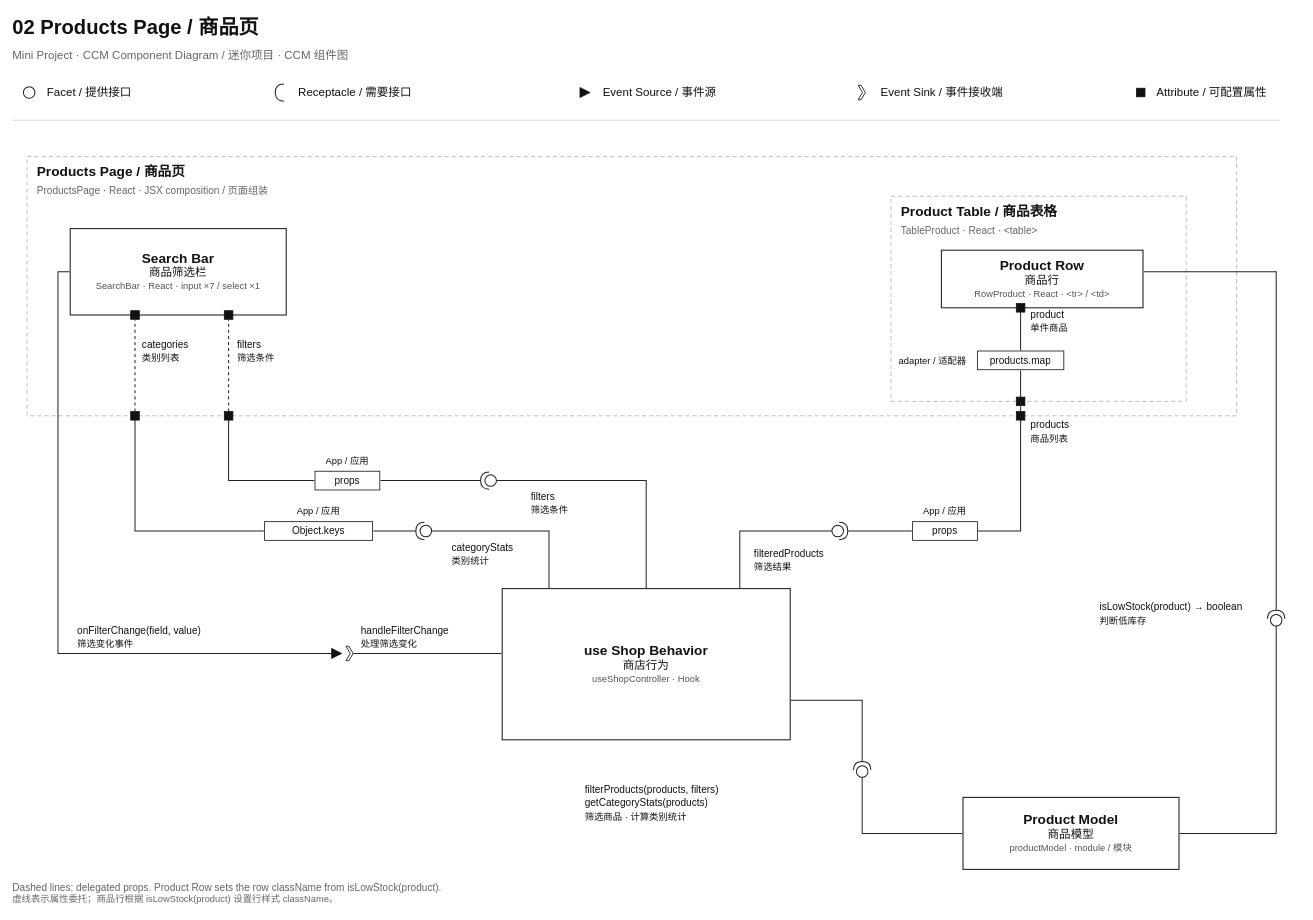
Before: page "02 ProductsPage · 商品页" (2 of 3) of developpement-front/demo/mini-project/diagrams/mini-project-components.drawio in Kant-Righteous/MIAGE-M2-IPM, a draw.io diagram. Source tidied: cells renumbered, new cells numbered last; positions are measured from the earlier drawing's top-left corner, leaving out a move shared by most shapes. Both pictures are drawn from the tidied source at 72%, with x=0, y=0 at pixel (12, 12).
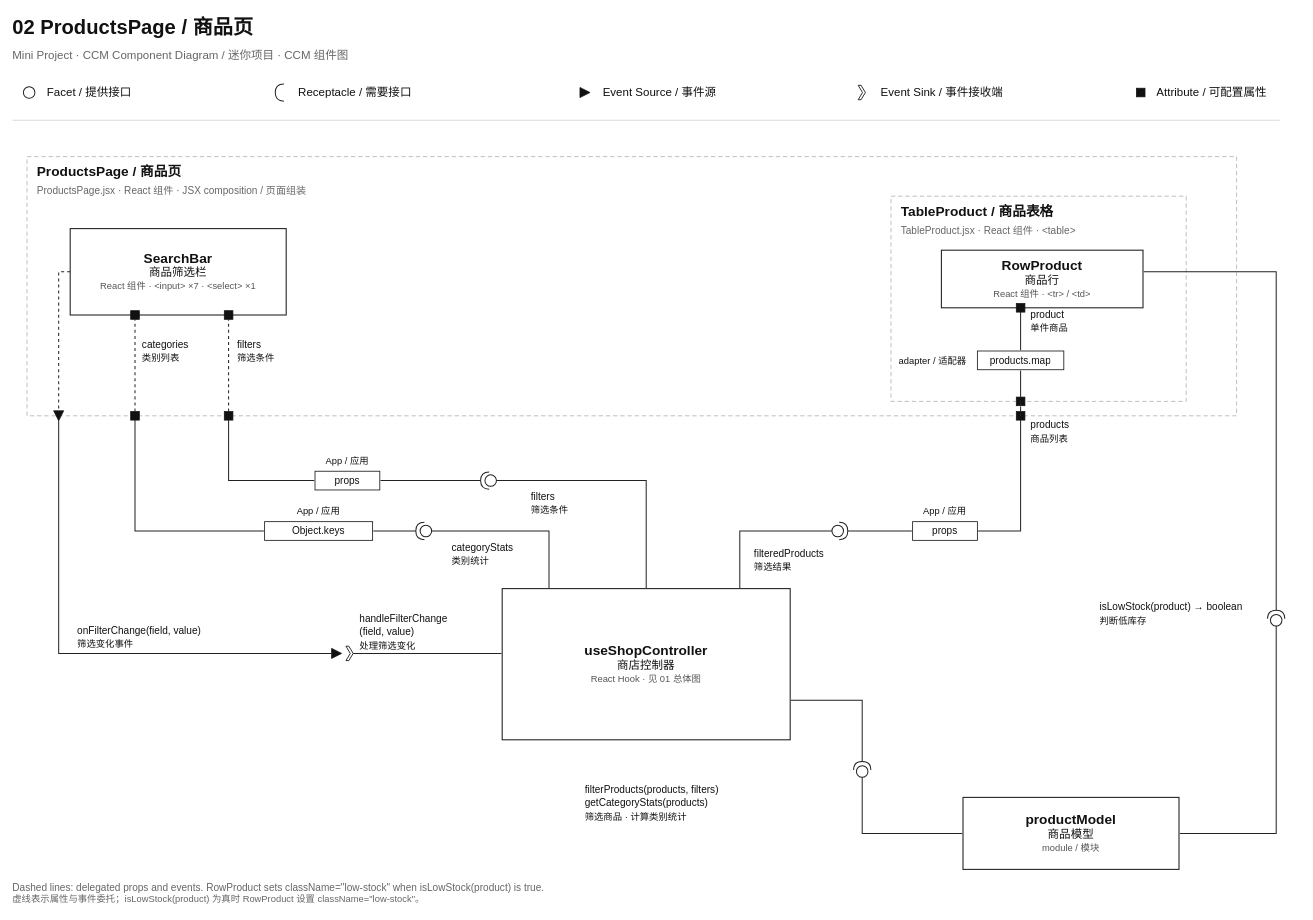
After the change.

Unchanged cells that the change refers to:
```xml
<mxCell id="15" style="html=1;fontFamily=Microsoft YaHei;fontSize=16;fontColor=#111111;rounded=0;strokeColor=#A7A7A7;strokeWidth=1;fillColor=none;dashed=1;dashPattern=6 4;" parent="1" vertex="1">
  <mxGeometry x="20" y="200" width="1680" height="360" as="geometry" />
</mxCell>
<mxCell id="19" style="html=1;fontFamily=Microsoft YaHei;fontSize=16;fontColor=#111111;rounded=0;strokeColor=#A7A7A7;strokeWidth=1;fillColor=none;dashed=1;dashPattern=6 4;" parent="15" vertex="1">
  <mxGeometry x="1200" y="55" width="410" height="285" as="geometry" />
</mxCell>
<mxCell id="81" style="html=1;fontFamily=Microsoft YaHei;fontSize=16;fontColor=#111111;shape=ellipse;fillColor=none;strokeColor=none;portConstraint=west;" parent="18" vertex="1">
  <mxGeometry width="2" height="2" relative="1" as="geometry">
    <mxPoint x="-1" y="59" as="offset" />
  </mxGeometry>
</mxCell>
<mxCell id="83" style="html=1;fontFamily=Microsoft YaHei;fontSize=16;fontColor=#111111;triangle;rotation=0;fillColor=#111111;strokeColor=#111111;portConstraint=west;" parent="18" vertex="1">
  <mxGeometry width="14" height="14" relative="1" as="geometry">
    <mxPoint x="363" y="583" as="offset" />
  </mxGeometry>
</mxCell>
```

Change to the diagram source:
```diff
@@
-    <mxCell id="2" value="02  Products Page / 商品页" style="html=1;fontFamily=Microsoft YaHei;fontSize=16;fontColor=#111111;text;strokeColor=none;fillColor=none;align=left;verticalAlign=middle;whiteSpace=wrap;overflow=hidden;spacing=0;fontSize=28;fontStyle=1;fontColor=#111111;" parent="1" vertex="1">
+    <mxCell id="2" value="02  ProductsPage / 商品页" style="html=1;fontFamily=Microsoft YaHei;fontSize=16;fontColor=#111111;text;strokeColor=none;fillColor=none;align=left;verticalAlign=middle;whiteSpace=wrap;overflow=hidden;spacing=0;fontSize=28;fontStyle=1;fontColor=#111111;" parent="1" vertex="1">
       <mxGeometry width="1760" height="40" as="geometry" />
     </mxCell>
@@
-    <mxCell id="16" value="Products Page / 商品页" style="html=1;fontFamily=Microsoft YaHei;fontSize=16;fontColor=#111111;text;strokeColor=none;fillColor=none;align=left;verticalAlign=middle;whiteSpace=wrap;overflow=hidden;spacing=0;fontSize=19;fontStyle=1;fontColor=#111111;" parent="15" vertex="1">
+    <mxCell id="16" value="ProductsPage / 商品页" style="html=1;fontFamily=Microsoft YaHei;fontSize=16;fontColor=#111111;text;strokeColor=none;fillColor=none;align=left;verticalAlign=middle;whiteSpace=wrap;overflow=hidden;spacing=0;fontSize=19;fontStyle=1;fontColor=#111111;" parent="15" vertex="1">
       <mxGeometry x="14" y="8" width="1652" height="28" as="geometry" />
     </mxCell>
-    <mxCell id="17" value="ProductsPage · React · JSX composition / 页面组装" style="html=1;fontFamily=Microsoft YaHei;fontSize=16;fontColor=#111111;text;strokeColor=none;fillColor=none;align=left;verticalAlign=middle;whiteSpace=wrap;overflow=hidden;spacing=0;fontSize=14;fontStyle=0;fontColor=#666666;" parent="15" vertex="1">
+    <mxCell id="17" value="ProductsPage.jsx · React 组件 · JSX composition / 页面组装" style="html=1;fontFamily=Microsoft YaHei;fontSize=16;fontColor=#111111;text;strokeColor=none;fillColor=none;align=left;verticalAlign=middle;whiteSpace=wrap;overflow=hidden;spacing=0;fontSize=14;fontStyle=0;fontColor=#666666;" parent="15" vertex="1">
       <mxGeometry x="14" y="37" width="1652" height="22" as="geometry" />
     </mxCell>
-    <mxCell id="18" value="&lt;div style=&quot;line-height:1.15&quot;&gt;&lt;b style=&quot;font-size:19px&quot;&gt;Search Bar&lt;/b&gt;&lt;br&gt;&lt;span style=&quot;font-size:16px&quot;&gt;商品筛选栏&lt;/span&gt;&lt;br&gt;&lt;span style=&quot;font-size:13px;color:#555555&quot;&gt;SearchBar · React · input ×7 / select ×1&lt;/span&gt;&lt;/div&gt;" style="html=1;fontFamily=Microsoft YaHei;fontSize=16;fontColor=#111111;rounded=0;strokeColor=#222222;strokeWidth=1.5;fillColor=#ffffff;align=center;verticalAlign=middle;whiteSpace=wrap;spacing=8;" parent="15" vertex="1">
+    <mxCell id="18" value="&lt;div style=&quot;line-height:1.15&quot;&gt;&lt;b style=&quot;font-size:19px&quot;&gt;SearchBar&lt;/b&gt;&lt;br&gt;&lt;span style=&quot;font-size:16px&quot;&gt;商品筛选栏&lt;/span&gt;&lt;br&gt;&lt;span style=&quot;font-size:13px;color:#555555&quot;&gt;React 组件 · &amp;lt;input&amp;gt; ×7 · &amp;lt;select&amp;gt; ×1&lt;/span&gt;&lt;/div&gt;" style="html=1;fontFamily=Microsoft YaHei;fontSize=16;fontColor=#111111;rounded=0;strokeColor=#222222;strokeWidth=1.5;fillColor=#ffffff;align=center;verticalAlign=middle;whiteSpace=wrap;spacing=8;" parent="15" vertex="1">
       <mxGeometry x="60" y="100" width="300" height="120" as="geometry" />
     </mxCell>
@@
-    <mxCell id="20" value="Product Table / 商品表格" style="html=1;fontFamily=Microsoft YaHei;fontSize=16;fontColor=#111111;text;strokeColor=none;fillColor=none;align=left;verticalAlign=middle;whiteSpace=wrap;overflow=hidden;spacing=0;fontSize=19;fontStyle=1;fontColor=#111111;" parent="19" vertex="1">
+    <mxCell id="20" value="TableProduct / 商品表格" style="html=1;fontFamily=Microsoft YaHei;fontSize=16;fontColor=#111111;text;strokeColor=none;fillColor=none;align=left;verticalAlign=middle;whiteSpace=wrap;overflow=hidden;spacing=0;fontSize=19;fontStyle=1;fontColor=#111111;" parent="19" vertex="1">
       <mxGeometry x="14" y="8" width="382" height="28" as="geometry" />
     </mxCell>
-    <mxCell id="21" value="TableProduct · React · &amp;lt;table&amp;gt;" style="html=1;fontFamily=Microsoft YaHei;fontSize=16;fontColor=#111111;text;strokeColor=none;fillColor=none;align=left;verticalAlign=middle;whiteSpace=wrap;overflow=hidden;spacing=0;fontSize=14;fontStyle=0;fontColor=#666666;" parent="19" vertex="1">
+    <mxCell id="21" value="TableProduct.jsx · React 组件 · &amp;lt;table&amp;gt;" style="html=1;fontFamily=Microsoft YaHei;fontSize=16;fontColor=#111111;text;strokeColor=none;fillColor=none;align=left;verticalAlign=middle;whiteSpace=wrap;overflow=hidden;spacing=0;fontSize=14;fontStyle=0;fontColor=#666666;" parent="19" vertex="1">
       <mxGeometry x="14" y="37" width="382" height="22" as="geometry" />
     </mxCell>
-    <mxCell id="22" value="&lt;div style=&quot;line-height:1.15&quot;&gt;&lt;b style=&quot;font-size:19px&quot;&gt;Product Row&lt;/b&gt;&lt;br&gt;&lt;span style=&quot;font-size:16px&quot;&gt;商品行&lt;/span&gt;&lt;br&gt;&lt;span style=&quot;font-size:13px;color:#555555&quot;&gt;RowProduct · React · &amp;lt;tr&amp;gt; / &amp;lt;td&amp;gt;&lt;/span&gt;&lt;/div&gt;" style="html=1;fontFamily=Microsoft YaHei;fontSize=16;fontColor=#111111;rounded=0;strokeColor=#222222;strokeWidth=1.5;fillColor=#ffffff;align=center;verticalAlign=middle;whiteSpace=wrap;spacing=8;" parent="19" vertex="1">
+    <mxCell id="22" value="&lt;div style=&quot;line-height:1.15&quot;&gt;&lt;b style=&quot;font-size:19px&quot;&gt;RowProduct&lt;/b&gt;&lt;br&gt;&lt;span style=&quot;font-size:16px&quot;&gt;商品行&lt;/span&gt;&lt;br&gt;&lt;span style=&quot;font-size:13px;color:#555555&quot;&gt;React 组件 · &amp;lt;tr&amp;gt; / &amp;lt;td&amp;gt;&lt;/span&gt;&lt;/div&gt;" style="html=1;fontFamily=Microsoft YaHei;fontSize=16;fontColor=#111111;rounded=0;strokeColor=#222222;strokeWidth=1.5;fillColor=#ffffff;align=center;verticalAlign=middle;whiteSpace=wrap;spacing=8;" parent="19" vertex="1">
       <mxGeometry x="70" y="75" width="280" height="80" as="geometry" />
     </mxCell>
@@
-    <mxCell id="43" value="&lt;div style=&quot;line-height:1.15&quot;&gt;&lt;b style=&quot;font-size:19px&quot;&gt;use Shop Behavior&lt;/b&gt;&lt;br&gt;&lt;span style=&quot;font-size:16px&quot;&gt;商店行为&lt;/span&gt;&lt;br&gt;&lt;span style=&quot;font-size:13px;color:#555555&quot;&gt;useShopController · Hook&lt;/span&gt;&lt;/div&gt;" style="html=1;fontFamily=Microsoft YaHei;fontSize=16;fontColor=#111111;rounded=0;strokeColor=#222222;strokeWidth=1.5;fillColor=#ffffff;align=center;verticalAlign=middle;whiteSpace=wrap;spacing=8;" parent="1" vertex="1">
+    <mxCell id="43" value="&lt;div style=&quot;line-height:1.15&quot;&gt;&lt;b style=&quot;font-size:19px&quot;&gt;useShopController&lt;/b&gt;&lt;br&gt;&lt;span style=&quot;font-size:16px&quot;&gt;商店控制器&lt;/span&gt;&lt;br&gt;&lt;span style=&quot;font-size:13px;color:#555555&quot;&gt;React Hook · 见 01 总体图&lt;/span&gt;&lt;/div&gt;" style="html=1;fontFamily=Microsoft YaHei;fontSize=16;fontColor=#111111;rounded=0;strokeColor=#222222;strokeWidth=1.5;fillColor=#ffffff;align=center;verticalAlign=middle;whiteSpace=wrap;spacing=8;" parent="1" vertex="1">
       <mxGeometry x="680" y="800" width="400" height="210" as="geometry" />
     </mxCell>
-    <mxCell id="44" value="&lt;div style=&quot;line-height:1.15&quot;&gt;&lt;b style=&quot;font-size:19px&quot;&gt;Product Model&lt;/b&gt;&lt;br&gt;&lt;span style=&quot;font-size:16px&quot;&gt;商品模型&lt;/span&gt;&lt;br&gt;&lt;span style=&quot;font-size:13px;color:#555555&quot;&gt;productModel · module / 模块&lt;/span&gt;&lt;/div&gt;" style="html=1;fontFamily=Microsoft YaHei;fontSize=16;fontColor=#111111;rounded=0;strokeColor=#222222;strokeWidth=1.5;fillColor=#ffffff;align=center;verticalAlign=middle;whiteSpace=wrap;spacing=8;" parent="1" vertex="1">
+    <mxCell id="44" value="&lt;div style=&quot;line-height:1.15&quot;&gt;&lt;b style=&quot;font-size:19px&quot;&gt;productModel&lt;/b&gt;&lt;br&gt;&lt;span style=&quot;font-size:16px&quot;&gt;商品模型&lt;/span&gt;&lt;br&gt;&lt;span style=&quot;font-size:13px;color:#555555&quot;&gt;module / 模块&lt;/span&gt;&lt;/div&gt;" style="html=1;fontFamily=Microsoft YaHei;fontSize=16;fontColor=#111111;rounded=0;strokeColor=#222222;strokeWidth=1.5;fillColor=#ffffff;align=center;verticalAlign=middle;whiteSpace=wrap;spacing=8;" parent="1" vertex="1">
       <mxGeometry x="1320" y="1090" width="300" height="100" as="geometry" />
     </mxCell>
@@
-    <mxCell id="85" style="html=1;edgeStyle=orthogonalEdgeStyle;rounded=0;endArrow=none;startArrow=none;strokeWidth=1.4;strokeColor=#222222;dashed=0;jettySize=16;" parent="1" edge="1" source="81" target="83">
-      <mxGeometry relative="1" as="geometry" />
+    <mxCell id="85" style="html=1;edgeStyle=none;rounded=0;endArrow=none;startArrow=none;strokeWidth=1.4;strokeColor=#222222;dashed=0;exitX=0.5;exitY=0.5;exitPerimeter=0;entryX=0;entryY=0.5;entryPerimeter=0;" parent="1" edge="1" source="109" target="83">
+      <mxGeometry relative="1" as="geometry">
+        <Array as="points">
+          <mxPoint x="64" y="890" />
+        </Array>
+      </mxGeometry>
     </mxCell>
@@
-    <mxCell id="89" value="&lt;div style=&quot;line-height:1.15&quot;&gt;&lt;span style=&quot;font-size:14px&quot;&gt;handleFilterChange&lt;/span&gt;&lt;br&gt;&lt;span style=&quot;font-size:13px&quot;&gt;处理筛选变化&lt;/span&gt;&lt;/div&gt;" style="html=1;fontFamily=Microsoft YaHei;fontSize=16;fontColor=#111111;text;strokeColor=none;fillColor=none;align=left;verticalAlign=middle;whiteSpace=wrap;overflow=hidden;spacing=0;fontSize=16;fontStyle=0;fontColor=#111111;" parent="1" vertex="1">
-      <mxGeometry x="484" y="846" width="190" height="42" as="geometry" />
+    <mxCell id="89" value="&lt;div style=&quot;line-height:1.15&quot;&gt;&lt;span style=&quot;font-size:14px&quot;&gt;handleFilterChange&lt;br&gt;(field, value)&lt;/span&gt;&lt;br&gt;&lt;span style=&quot;font-size:13px&quot;&gt;处理筛选变化&lt;/span&gt;&lt;/div&gt;" style="html=1;fontFamily=Microsoft YaHei;fontSize=16;fontColor=#111111;text;strokeColor=none;fillColor=none;align=left;verticalAlign=middle;whiteSpace=wrap;overflow=hidden;spacing=0;fontSize=16;fontStyle=0;fontColor=#111111;" parent="1" vertex="1">
+      <mxGeometry x="482" y="832" width="195" height="56" as="geometry" />
     </mxCell>
@@
-    <mxCell id="106" value="&lt;div style=&quot;line-height:1.15&quot;&gt;&lt;span style=&quot;font-size:14px&quot;&gt;Dashed lines: delegated props. Product Row sets the row className from isLowStock(product).&lt;/span&gt;&lt;br&gt;&lt;span style=&quot;font-size:13px&quot;&gt;虚线表示属性委托；商品行根据 isLowStock(product) 设置行样式 className。&lt;/span&gt;&lt;/div&gt;" style="html=1;fontFamily=Microsoft YaHei;fontSize=16;fontColor=#111111;text;strokeColor=none;fillColor=none;align=left;verticalAlign=middle;whiteSpace=wrap;overflow=hidden;spacing=0;fontSize=14;fontStyle=0;fontColor=#666666;" parent="1" vertex="1">
+    <mxCell id="106" value="&lt;div style=&quot;line-height:1.15&quot;&gt;&lt;span style=&quot;font-size:14px&quot;&gt;Dashed lines: delegated props and events. RowProduct sets className=&quot;low-stock&quot; when isLowStock(product) is true.&lt;/span&gt;&lt;br&gt;&lt;span style=&quot;font-size:13px&quot;&gt;虚线表示属性与事件委托；isLowStock(product) 为真时 RowProduct 设置 className=&quot;low-stock&quot;。&lt;/span&gt;&lt;/div&gt;" style="html=1;fontFamily=Microsoft YaHei;fontSize=16;fontColor=#111111;text;strokeColor=none;fillColor=none;align=left;verticalAlign=middle;whiteSpace=wrap;overflow=hidden;spacing=0;fontSize=14;fontStyle=0;fontColor=#666666;" parent="1" vertex="1">
       <mxGeometry y="1202" width="1760" height="42" as="geometry" />
     </mxCell>
+    <mxCell id="107" style="html=1;fontFamily=Microsoft YaHei;fontSize=16;fontColor=#111111;triangle;rotation=90;fillColor=#111111;strokeColor=#111111;" parent="15" vertex="1">
+      <mxGeometry width="14" height="14" relative="1" as="geometry">
+        <mxPoint x="37" y="353" as="offset" />
+      </mxGeometry>
+    </mxCell>
+    <mxCell id="108" style="html=1;fontFamily=Microsoft YaHei;fontSize=16;fontColor=#111111;shape=ellipse;fillColor=none;strokeColor=none;portConstraint=north;" parent="15" vertex="1">
+      <mxGeometry width="2" height="2" relative="1" as="geometry">
+        <mxPoint x="43" y="352" as="offset" />
+      </mxGeometry>
+    </mxCell>
+    <mxCell id="109" style="html=1;fontFamily=Microsoft YaHei;fontSize=16;fontColor=#111111;shape=ellipse;fillColor=none;strokeColor=none;portConstraint=south;" parent="15" vertex="1">
+      <mxGeometry width="2" height="2" relative="1" as="geometry">
+        <mxPoint x="43" y="366" as="offset" />
+      </mxGeometry>
+    </mxCell>
+    <mxCell id="110" style="html=1;edgeStyle=none;rounded=0;endArrow=none;startArrow=none;strokeWidth=1.4;strokeColor=#222222;dashed=1;jettySize=16;exitX=0.5;exitY=0.5;exitPerimeter=0;entryX=0.5;entryY=0.5;entryPerimeter=0;" parent="1" edge="1" source="81" target="108">
+      <mxGeometry relative="1" as="geometry">
+        <Array as="points">
+          <mxPoint x="64" y="360" />
+        </Array>
+      </mxGeometry>
+    </mxCell>
```
